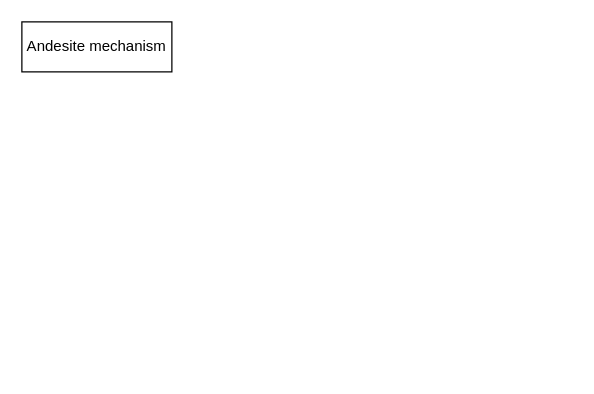
The draw.io diagram creative_mechanism.drawio in aluminium0316/flowcharts, before the edit. Source tidied: cells renumbered, new cells numbered last; positions are measured from the earlier drawing's top-left corner, leaving out a move shared by most shapes. Both pictures are drawn from the tidied source at 125%, with x=0, y=0 at pixel (21, 21).
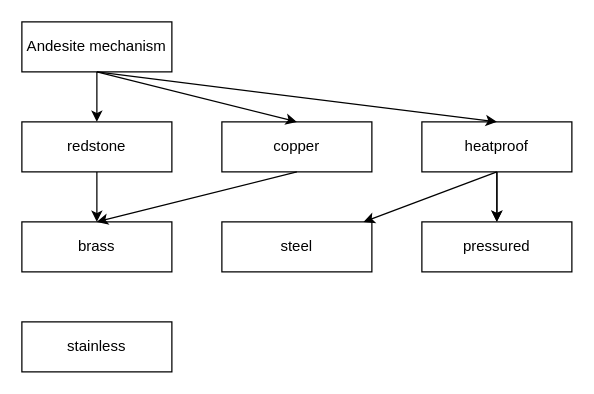
The same page after the edit.

The edit, as a diff of the source:
```diff
@@
 <mxGraphModel>
   <root>
     <mxCell id="0" />
     <mxCell id="1" parent="0" />
     <mxCell id="2" value="Andesite mechanism" style="rounded=0;whiteSpace=wrap;html=1;" parent="1" vertex="1">
       <mxGeometry width="120" height="40" as="geometry" />
     </mxCell>
+    <mxCell id="3" value="redstone" style="rounded=0;whiteSpace=wrap;html=1;" parent="1" vertex="1">
+      <mxGeometry y="80" width="120" height="40" as="geometry" />
+    </mxCell>
+    <mxCell id="4" value="heatproof" style="rounded=0;whiteSpace=wrap;html=1;" parent="1" vertex="1">
+      <mxGeometry x="320" y="80" width="120" height="40" as="geometry" />
+    </mxCell>
+    <mxCell id="5" value="copper" style="rounded=0;whiteSpace=wrap;html=1;" parent="1" vertex="1">
+      <mxGeometry x="160" y="80" width="120" height="40" as="geometry" />
+    </mxCell>
+    <mxCell id="6" value="&lt;div&gt;brass&lt;/div&gt;" style="rounded=0;whiteSpace=wrap;html=1;" parent="1" vertex="1">
+      <mxGeometry y="160" width="120" height="40" as="geometry" />
+    </mxCell>
+    <mxCell id="7" value="steel" style="rounded=0;whiteSpace=wrap;html=1;" parent="1" vertex="1">
+      <mxGeometry x="160" y="160" width="120" height="40" as="geometry" />
+    </mxCell>
+    <mxCell id="8" value="pressured" style="rounded=0;whiteSpace=wrap;html=1;" parent="1" vertex="1">
+      <mxGeometry x="320" y="160" width="120" height="40" as="geometry" />
+    </mxCell>
+    <mxCell id="9" style="endArrow=classic;html=1;rounded=0;exitX=0.5;exitY=1;exitDx=0;exitDy=0;entryX=0.5;entryY=0;entryDx=0;entryDy=0;" parent="1" edge="1" source="2" target="3">
+      <mxGeometry relative="1" as="geometry" />
+    </mxCell>
+    <mxCell id="10" style="endArrow=classic;html=1;rounded=0;exitX=0.5;exitY=1;exitDx=0;exitDy=0;entryX=0.5;entryY=0;entryDx=0;entryDy=0;" parent="1" edge="1" source="2" target="4">
+      <mxGeometry relative="1" as="geometry" />
+    </mxCell>
+    <mxCell id="11" style="endArrow=classic;html=1;rounded=0;exitX=0.5;exitY=1;exitDx=0;exitDy=0;entryX=0.5;entryY=0;entryDx=0;entryDy=0;" parent="1" edge="1" source="2" target="5">
+      <mxGeometry relative="1" as="geometry" />
+    </mxCell>
+    <mxCell id="12" style="endArrow=classic;html=1;rounded=0;exitX=0.5;exitY=1;exitDx=0;exitDy=0;entryX=0.5;entryY=0;entryDx=0;entryDy=0;" parent="1" edge="1" source="3" target="6">
+      <mxGeometry relative="1" as="geometry" />
+    </mxCell>
+    <mxCell id="13" style="endArrow=classic;html=1;rounded=0;exitX=0.5;exitY=1;exitDx=0;exitDy=0;entryX=0.5;entryY=0;entryDx=0;entryDy=0;" parent="1" edge="1" source="5" target="6">
+      <mxGeometry relative="1" as="geometry" />
+    </mxCell>
+    <mxCell id="14" style="endArrow=classic;html=1;rounded=0;exitX=0.5;exitY=1;exitDx=0;exitDy=0;" parent="1" edge="1" source="4" target="7">
+      <mxGeometry relative="1" as="geometry" />
+    </mxCell>
+    <mxCell id="15" style="endArrow=classic;html=1;rounded=0;exitX=0.5;exitY=1;exitDx=0;exitDy=0;entryX=0.5;entryY=0;entryDx=0;entryDy=0;" parent="1" edge="1" source="4" target="8">
+      <mxGeometry relative="1" as="geometry" />
+    </mxCell>
+    <mxCell id="16" style="endArrow=classic;html=1;rounded=0;entryX=0.5;entryY=0;entryDx=0;entryDy=0;" parent="1" edge="1" target="8">
+      <mxGeometry relative="1" as="geometry">
+        <mxPoint x="380" y="120" as="sourcePoint" />
+      </mxGeometry>
+    </mxCell>
+    <mxCell id="17" value="stainless" style="rounded=0;whiteSpace=wrap;html=1;" parent="1" vertex="1">
+      <mxGeometry y="240" width="120" height="40" as="geometry" />
+    </mxCell>
   </root>
 </mxGraphModel>
```
